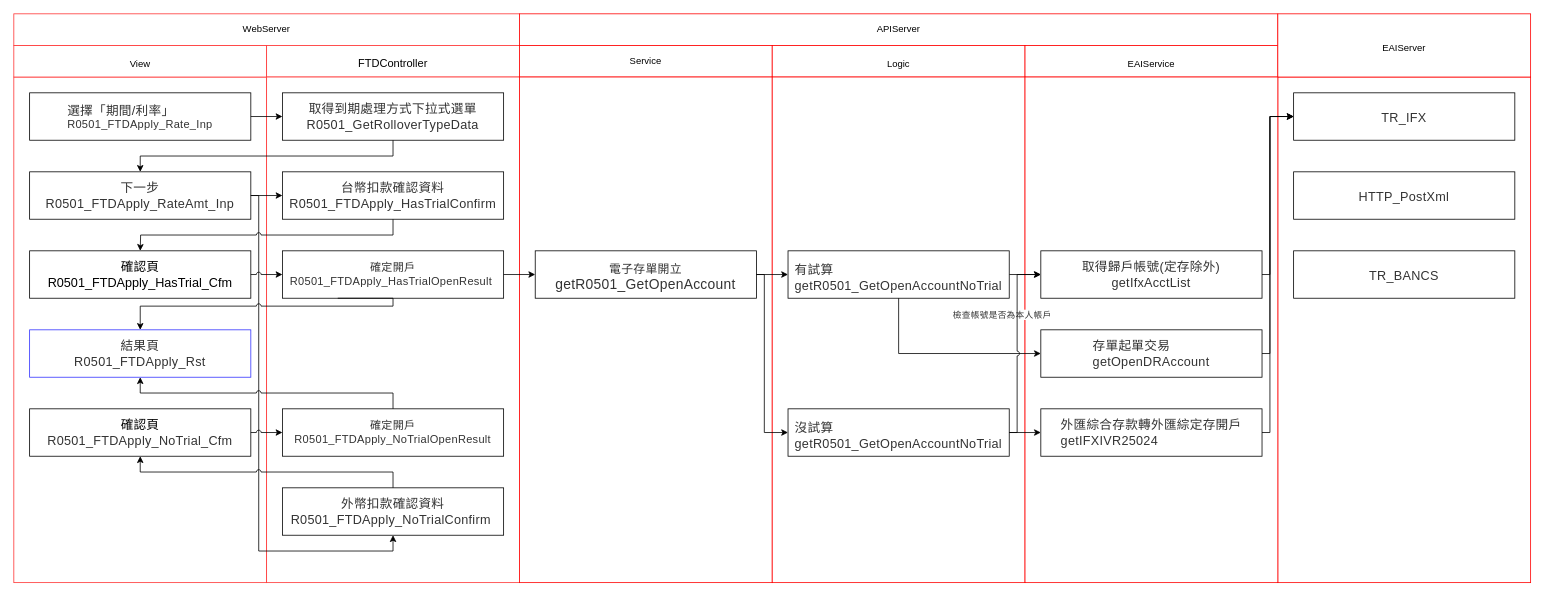
Earlier version of the draw.io diagram page "外幣定存申請02" (2 of 6) of 外幣定存.drawio (YuHaoLiaoTony/MyImage). Source tidied: cells renumbered, new cells numbered last; positions are measured from the earlier drawing's top-left corner, leaving out a move shared by most shapes. Both pictures are drawn from the tidied source at 79%, with x=0, y=0 at pixel (13, 13).
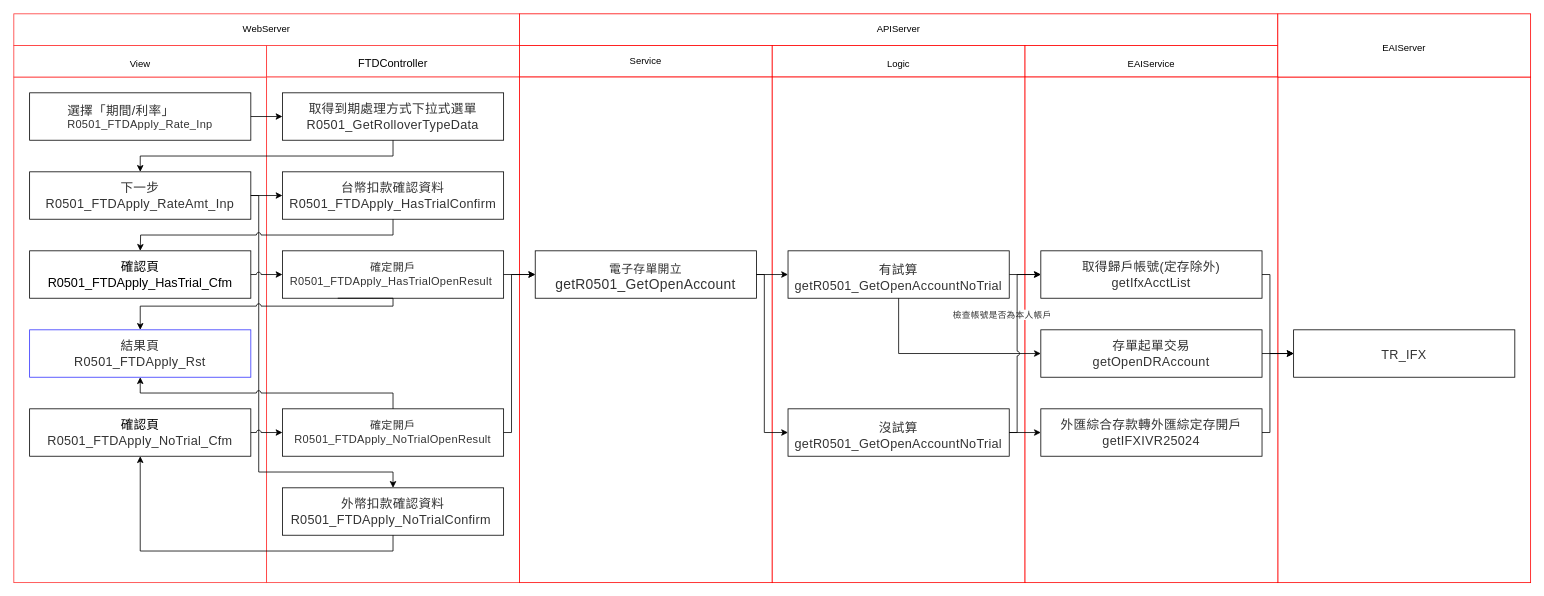
Above is the later version.

Unchanged cells that the change refers to:
```xml
<mxCell id="9" value="&lt;span style=&quot;color: rgb(51 , 51 , 51) ; font-family: , &amp;#34;blinkmacsystemfont&amp;#34; , &amp;#34;segoe ui&amp;#34; , &amp;#34;helvetica neue&amp;#34; , &amp;#34;helvetica&amp;#34; , &amp;#34;roboto&amp;#34; , &amp;#34;arial&amp;#34; , &amp;#34;pingfang tc&amp;#34; , &amp;#34;microsoft jhenghei&amp;#34; , , sans-serif , &amp;#34;apple color emoji&amp;#34; , &amp;#34;segoe ui emoji&amp;#34; , &amp;#34;segoe ui symbol&amp;#34; ; font-size: 16px ; letter-spacing: 0.35px ; text-align: left ; background-color: rgb(255 , 255 , 255)&quot;&gt;下一步&lt;br&gt;R0501_FTDApply_RateAmt_Inp&lt;/span&gt;" style="rounded=0;whiteSpace=wrap;html=1;strokeColor=#000000;" parent="1" vertex="1">
  <mxGeometry x="20" y="200" width="280" height="60" as="geometry" />
</mxCell>
<mxCell id="11" value="&lt;span style=&quot;color: rgb(51 , 51 , 51) ; font-family: , &amp;#34;blinkmacsystemfont&amp;#34; , &amp;#34;segoe ui&amp;#34; , &amp;#34;helvetica neue&amp;#34; , &amp;#34;helvetica&amp;#34; , &amp;#34;roboto&amp;#34; , &amp;#34;arial&amp;#34; , &amp;#34;pingfang tc&amp;#34; , &amp;#34;microsoft jhenghei&amp;#34; , , sans-serif , &amp;#34;apple color emoji&amp;#34; , &amp;#34;segoe ui emoji&amp;#34; , &amp;#34;segoe ui symbol&amp;#34; ; font-size: 16px ; letter-spacing: 0.35px ; text-align: left ; background-color: rgb(255 , 255 , 255)&quot;&gt;外幣扣款確認資料&lt;br&gt;R0501_FTDApply_NoTrialConfirm&amp;nbsp;&lt;/span&gt;" style="rounded=0;whiteSpace=wrap;html=1;strokeColor=#000000;" parent="1" vertex="1">
  <mxGeometry x="340" y="600" width="280" height="60" as="geometry" />
</mxCell>
<mxCell id="23" value="&lt;font style=&quot;font-size: 16px&quot;&gt;確認頁&lt;br&gt;&lt;span style=&quot;color: rgb(51 , 51 , 51) ; font-family: , &amp;#34;blinkmacsystemfont&amp;#34; , &amp;#34;segoe ui&amp;#34; , &amp;#34;helvetica neue&amp;#34; , &amp;#34;helvetica&amp;#34; , &amp;#34;roboto&amp;#34; , &amp;#34;arial&amp;#34; , &amp;#34;pingfang tc&amp;#34; , &amp;#34;microsoft jhenghei&amp;#34; , , sans-serif , &amp;#34;apple color emoji&amp;#34; , &amp;#34;segoe ui emoji&amp;#34; , &amp;#34;segoe ui symbol&amp;#34; ; letter-spacing: 0.35px ; text-align: left ; background-color: rgb(255 , 255 , 255)&quot;&gt;R0501_FTDApply_NoTrial_Cfm&lt;/span&gt;&lt;br&gt;&lt;/font&gt;" style="rounded=0;whiteSpace=wrap;html=1;strokeColor=#000000;" parent="1" vertex="1">
  <mxGeometry x="20" y="500" width="280" height="60" as="geometry" />
</mxCell>
<mxCell id="24" value="&lt;font style=&quot;font-size: 14px&quot;&gt;&lt;font style=&quot;font-size: 14px&quot;&gt;&lt;span style=&quot;color: rgb(51 , 51 , 51) ; letter-spacing: 0.35px ; text-align: left ; background-color: rgb(255 , 255 , 255)&quot;&gt;確定開戶&lt;/span&gt;&lt;/font&gt;&lt;span style=&quot;color: rgb(51 , 51 , 51) ; letter-spacing: 0.35px ; text-align: left ; background-color: rgb(255 , 255 , 255)&quot;&gt;R0501_FTDApply_NoTrialOpenResult&lt;/span&gt;&lt;/font&gt;&lt;span style=&quot;color: rgb(51 , 51 , 51) ; font-family: , &amp;#34;blinkmacsystemfont&amp;#34; , &amp;#34;segoe ui&amp;#34; , &amp;#34;helvetica neue&amp;#34; , &amp;#34;helvetica&amp;#34; , &amp;#34;roboto&amp;#34; , &amp;#34;arial&amp;#34; , &amp;#34;pingfang tc&amp;#34; , &amp;#34;microsoft jhenghei&amp;#34; , , sans-serif , &amp;#34;apple color emoji&amp;#34; , &amp;#34;segoe ui emoji&amp;#34; , &amp;#34;segoe ui symbol&amp;#34; ; font-size: 16px ; letter-spacing: 0.35px ; text-align: left ; background-color: rgb(255 , 255 , 255)&quot;&gt;&lt;br&gt;&lt;/span&gt;" style="rounded=0;whiteSpace=wrap;html=1;strokeColor=#000000;" parent="1" vertex="1">
  <mxGeometry x="340" y="500" width="280" height="60" as="geometry" />
</mxCell>
```

The edit, as a diff of the source:
```diff
@@
-    <mxCell id="14" style="endArrow=classic;html=1;entryX=0.5;entryY=1;entryDx=0;entryDy=0;exitX=1;exitY=0.5;exitDx=0;exitDy=0;rounded=0;edgeStyle=orthogonalEdgeStyle;" parent="1" edge="1" source="9" target="11">
+    <mxCell id="14" style="endArrow=classic;html=1;entryX=0.5;entryY=0;entryDx=0;entryDy=0;exitX=1;exitY=0.5;exitDx=0;exitDy=0;rounded=0;edgeStyle=orthogonalEdgeStyle;" parent="1" edge="1" source="9" target="11">
       <mxGeometry relative="1" as="geometry">
         <Array as="points">
           <mxPoint x="310" y="230" />
-          <mxPoint x="310" y="680" />
-          <mxPoint x="480" y="680" />
+          <mxPoint x="310" y="580" />
+          <mxPoint x="480" y="580" />
         </Array>
       </mxGeometry>
     </mxCell>
@@
-    <mxCell id="25" style="endArrow=classic;html=1;strokeColor=#000000;exitX=0.5;exitY=0;exitDx=0;exitDy=0;edgeStyle=orthogonalEdgeStyle;jumpStyle=arc;rounded=0;entryX=0.5;entryY=1;entryDx=0;entryDy=0;" parent="1" edge="1" source="11" target="23">
+    <mxCell id="25" style="endArrow=classic;html=1;strokeColor=#000000;edgeStyle=orthogonalEdgeStyle;jumpStyle=arc;rounded=0;entryX=0.5;entryY=1;entryDx=0;entryDy=0;" parent="1" edge="1" target="23">
       <mxGeometry relative="1" as="geometry">
+        <mxPoint x="480" y="660" as="sourcePoint" />
         <Array as="points">
-          <mxPoint x="480" y="580" />
-          <mxPoint x="160" y="580" />
+          <mxPoint x="480" y="680" />
+          <mxPoint x="160" y="680" />
         </Array>
       </mxGeometry>
     </mxCell>
@@
-    <mxCell id="34" value="&lt;span style=&quot;color: rgb(51 , 51 , 51) ; font-family: , &amp;#34;blinkmacsystemfont&amp;#34; , &amp;#34;segoe ui&amp;#34; , &amp;#34;helvetica neue&amp;#34; , &amp;#34;helvetica&amp;#34; , &amp;#34;roboto&amp;#34; , &amp;#34;arial&amp;#34; , &amp;#34;pingfang tc&amp;#34; , &amp;#34;microsoft jhenghei&amp;#34; , , sans-serif , &amp;#34;apple color emoji&amp;#34; , &amp;#34;segoe ui emoji&amp;#34; , &amp;#34;segoe ui symbol&amp;#34; ; font-size: 16px ; letter-spacing: 0.35px ; text-align: left ; background-color: rgb(255 , 255 , 255)&quot;&gt;HTTP_PostXml&lt;/span&gt;" style="rounded=0;whiteSpace=wrap;html=1;fontSize=20;fontColor=#EA6B66;" parent="1" vertex="1">
-      <mxGeometry x="1620" y="200" width="280" height="60" as="geometry" />
-    </mxCell>
     <mxCell id="35" value="&lt;span style=&quot;color: rgb(51 , 51 , 51) ; font-family: , &amp;#34;blinkmacsystemfont&amp;#34; , &amp;#34;segoe ui&amp;#34; , &amp;#34;helvetica neue&amp;#34; , &amp;#34;helvetica&amp;#34; , &amp;#34;roboto&amp;#34; , &amp;#34;arial&amp;#34; , &amp;#34;pingfang tc&amp;#34; , &amp;#34;microsoft jhenghei&amp;#34; , , sans-serif , &amp;#34;apple color emoji&amp;#34; , &amp;#34;segoe ui emoji&amp;#34; , &amp;#34;segoe ui symbol&amp;#34; ; font-size: 16px ; letter-spacing: 0.35px ; text-align: left ; background-color: rgb(255 , 255 , 255)&quot;&gt;TR_IFX&lt;/span&gt;" style="rounded=0;whiteSpace=wrap;html=1;fontSize=20;fontColor=#EA6B66;" parent="1" vertex="1">
-      <mxGeometry x="1620" y="100" width="280" height="60" as="geometry" />
+      <mxGeometry x="1620" y="400" width="280" height="60" as="geometry" />
     </mxCell>
-    <mxCell id="36" value="&lt;span style=&quot;color: rgb(51 , 51 , 51) ; font-family: , &amp;#34;blinkmacsystemfont&amp;#34; , &amp;#34;segoe ui&amp;#34; , &amp;#34;helvetica neue&amp;#34; , &amp;#34;helvetica&amp;#34; , &amp;#34;roboto&amp;#34; , &amp;#34;arial&amp;#34; , &amp;#34;pingfang tc&amp;#34; , &amp;#34;microsoft jhenghei&amp;#34; , , sans-serif , &amp;#34;apple color emoji&amp;#34; , &amp;#34;segoe ui emoji&amp;#34; , &amp;#34;segoe ui symbol&amp;#34; ; font-size: 16px ; letter-spacing: 0.35px ; text-align: left ; background-color: rgb(255 , 255 , 255)&quot;&gt;TR_BANCS&lt;/span&gt;" style="rounded=0;whiteSpace=wrap;html=1;fontSize=20;fontColor=#EA6B66;" parent="1" vertex="1">
-      <mxGeometry x="1620" y="300" width="280" height="60" as="geometry" />
-    </mxCell>
@@
-    <mxCell id="40" value="&lt;span style=&quot;color: rgb(51 , 51 , 51) ; font-family: , &amp;#34;blinkmacsystemfont&amp;#34; , &amp;#34;segoe ui&amp;#34; , &amp;#34;helvetica neue&amp;#34; , &amp;#34;helvetica&amp;#34; , &amp;#34;roboto&amp;#34; , &amp;#34;arial&amp;#34; , &amp;#34;pingfang tc&amp;#34; , &amp;#34;microsoft jhenghei&amp;#34; , , sans-serif , &amp;#34;apple color emoji&amp;#34; , &amp;#34;segoe ui emoji&amp;#34; , &amp;#34;segoe ui symbol&amp;#34; ; font-size: 16px ; letter-spacing: 0.35px ; text-align: left ; background-color: rgb(255 , 255 , 255)&quot;&gt;取得歸戶帳號(定存除外)&lt;/span&gt;&lt;span style=&quot;color: rgb(51 , 51 , 51) ; font-family: , &amp;#34;blinkmacsystemfont&amp;#34; , &amp;#34;segoe ui&amp;#34; , &amp;#34;helvetica neue&amp;#34; , &amp;#34;helvetica&amp;#34; , &amp;#34;roboto&amp;#34; , &amp;#34;arial&amp;#34; , &amp;#34;pingfang tc&amp;#34; , &amp;#34;microsoft jhenghei&amp;#34; , , sans-serif , &amp;#34;apple color emoji&amp;#34; , &amp;#34;segoe ui emoji&amp;#34; , &amp;#34;segoe ui symbol&amp;#34; ; font-size: 16px ; letter-spacing: 0.35px ; text-align: left ; background-color: rgb(255 , 255 , 255)&quot;&gt;&lt;br&gt;getIfxAcctList&lt;/span&gt;" style="rounded=0;whiteSpace=wrap;html=1;strokeWidth=1;" parent="1" vertex="1">
+    <mxCell id="40" value="&lt;span style=&quot;color: rgb(51, 51, 51); font-size: 16px; letter-spacing: 0.35px; background-color: rgb(255, 255, 255);&quot;&gt;取得歸戶帳號(定存除外)&lt;/span&gt;&lt;span style=&quot;color: rgb(51, 51, 51); font-size: 16px; letter-spacing: 0.35px; background-color: rgb(255, 255, 255);&quot;&gt;&lt;br&gt;getIfxAcctList&lt;/span&gt;" style="rounded=0;whiteSpace=wrap;html=1;strokeWidth=1;align=center;" parent="1" vertex="1">
       <mxGeometry x="1300" y="300" width="280" height="60" as="geometry" />
     </mxCell>
@@
     <mxCell id="45" style="endArrow=classic;html=1;strokeColor=#000000;entryX=0;entryY=0.5;entryDx=0;entryDy=0;exitX=1;exitY=0.5;exitDx=0;exitDy=0;edgeStyle=orthogonalEdgeStyle;rounded=0;" parent="1" edge="1" source="40" target="35">
       <mxGeometry relative="1" as="geometry">
         <Array as="points">
           <mxPoint x="1590" y="330" />
-          <mxPoint x="1590" y="130" />
+          <mxPoint x="1590" y="430" />
         </Array>
       </mxGeometry>
     </mxCell>
-    <mxCell id="46" value="&lt;div style=&quot;text-align: left&quot;&gt;&lt;span style=&quot;font-size: 16px ; letter-spacing: 0.35px&quot;&gt;&lt;font color=&quot;#333333&quot;&gt;存單起單交易 &lt;br&gt;getOpenDRAccount&lt;/font&gt;&lt;/span&gt;&lt;/div&gt;" style="rounded=0;whiteSpace=wrap;html=1;strokeWidth=1;" parent="1" vertex="1">
+    <mxCell id="46" value="&lt;div style=&quot;&quot;&gt;&lt;span style=&quot;font-size: 16px ; letter-spacing: 0.35px&quot;&gt;&lt;font color=&quot;#333333&quot;&gt;存單起單交易 &lt;br&gt;getOpenDRAccount&lt;/font&gt;&lt;/span&gt;&lt;/div&gt;" style="rounded=0;whiteSpace=wrap;html=1;strokeWidth=1;align=center;" parent="1" vertex="1">
       <mxGeometry x="1300" y="400" width="280" height="60" as="geometry" />
     </mxCell>
     <mxCell id="47" style="endArrow=classic;html=1;strokeColor=#000000;exitX=1;exitY=0.5;exitDx=0;exitDy=0;edgeStyle=orthogonalEdgeStyle;jumpStyle=none;rounded=0;" parent="1" edge="1" source="46">
       <mxGeometry relative="1" as="geometry">
-        <mxPoint x="1620" y="130" as="targetPoint" />
+        <mxPoint x="1620" y="430" as="targetPoint" />
         <Array as="points">
-          <mxPoint x="1590" y="430" />
-          <mxPoint x="1590" y="130" />
+          <mxPoint x="1620" y="430" />
         </Array>
       </mxGeometry>
     </mxCell>
@@
-    <mxCell id="49" value="&lt;div style=&quot;text-align: left&quot;&gt;&lt;span style=&quot;color: rgb(51 , 51 , 51) ; font-family: , &amp;#34;blinkmacsystemfont&amp;#34; , &amp;#34;segoe ui&amp;#34; , &amp;#34;helvetica neue&amp;#34; , &amp;#34;helvetica&amp;#34; , &amp;#34;roboto&amp;#34; , &amp;#34;arial&amp;#34; , &amp;#34;pingfang tc&amp;#34; , &amp;#34;microsoft jhenghei&amp;#34; , , sans-serif , &amp;#34;apple color emoji&amp;#34; , &amp;#34;segoe ui emoji&amp;#34; , &amp;#34;segoe ui symbol&amp;#34; ; font-size: 16px ; letter-spacing: 0.35px ; background-color: rgb(255 , 255 , 255)&quot;&gt;外匯綜合存款轉外匯綜定存開戶&lt;/span&gt;&lt;span style=&quot;color: rgb(51 , 51 , 51) ; font-family: , &amp;#34;blinkmacsystemfont&amp;#34; , &amp;#34;segoe ui&amp;#34; , &amp;#34;helvetica neue&amp;#34; , &amp;#34;helvetica&amp;#34; , &amp;#34;roboto&amp;#34; , &amp;#34;arial&amp;#34; , &amp;#34;pingfang tc&amp;#34; , &amp;#34;microsoft jhenghei&amp;#34; , , sans-serif , &amp;#34;apple color emoji&amp;#34; , &amp;#34;segoe ui emoji&amp;#34; , &amp;#34;segoe ui symbol&amp;#34; ; font-size: 16px ; letter-spacing: 0.35px ; background-color: rgb(255 , 255 , 255)&quot;&gt;&lt;br&gt;getIFXIVR25024&lt;/span&gt;&lt;br&gt;&lt;/div&gt;" style="rounded=0;whiteSpace=wrap;html=1;strokeWidth=1;" parent="1" vertex="1">
+    <mxCell id="49" value="&lt;div style=&quot;&quot;&gt;&lt;span style=&quot;color: rgb(51 , 51 , 51) ; font-family: , &amp;quot;blinkmacsystemfont&amp;quot; , &amp;quot;segoe ui&amp;quot; , &amp;quot;helvetica neue&amp;quot; , &amp;quot;helvetica&amp;quot; , &amp;quot;roboto&amp;quot; , &amp;quot;arial&amp;quot; , &amp;quot;pingfang tc&amp;quot; , &amp;quot;microsoft jhenghei&amp;quot; , , sans-serif , &amp;quot;apple color emoji&amp;quot; , &amp;quot;segoe ui emoji&amp;quot; , &amp;quot;segoe ui symbol&amp;quot; ; font-size: 16px ; letter-spacing: 0.35px ; background-color: rgb(255 , 255 , 255)&quot;&gt;外匯綜合存款轉外匯綜定存開戶&lt;/span&gt;&lt;span style=&quot;color: rgb(51 , 51 , 51) ; font-family: , &amp;quot;blinkmacsystemfont&amp;quot; , &amp;quot;segoe ui&amp;quot; , &amp;quot;helvetica neue&amp;quot; , &amp;quot;helvetica&amp;quot; , &amp;quot;roboto&amp;quot; , &amp;quot;arial&amp;quot; , &amp;quot;pingfang tc&amp;quot; , &amp;quot;microsoft jhenghei&amp;quot; , , sans-serif , &amp;quot;apple color emoji&amp;quot; , &amp;quot;segoe ui emoji&amp;quot; , &amp;quot;segoe ui symbol&amp;quot; ; font-size: 16px ; letter-spacing: 0.35px ; background-color: rgb(255 , 255 , 255)&quot;&gt;&lt;br&gt;getIFXIVR25024&lt;/span&gt;&lt;br&gt;&lt;/div&gt;" style="rounded=0;whiteSpace=wrap;html=1;strokeWidth=1;align=center;" parent="1" vertex="1">
       <mxGeometry x="1300" y="500" width="280" height="60" as="geometry" />
     </mxCell>
-    <mxCell id="50" value="&lt;div style=&quot;text-align: left&quot;&gt;&lt;h4 class=&quot;part in-view&quot; id=&quot;一般電子存單開戶-沒試算直接開-FTDLogicgetR0501_GetOpenAccountNoTrial&quot; style=&quot;box-sizing: border-box ; font-family: , &amp;#34;blinkmacsystemfont&amp;#34; , &amp;#34;segoe ui&amp;#34; , &amp;#34;helvetica neue&amp;#34; , &amp;#34;helvetica&amp;#34; , &amp;#34;roboto&amp;#34; , &amp;#34;arial&amp;#34; , &amp;#34;pingfang tc&amp;#34; , &amp;#34;microsoft jhenghei&amp;#34; , , sans-serif , &amp;#34;apple color emoji&amp;#34; , &amp;#34;segoe ui emoji&amp;#34; , &amp;#34;segoe ui symbol&amp;#34; ; line-height: 1.25 ; color: rgb(51 , 51 , 51) ; margin-top: 24px ; margin-bottom: 16px ; font-size: 16px ; letter-spacing: 0.35px ; background-color: rgb(255 , 255 , 255)&quot;&gt;&lt;span style=&quot;box-sizing: border-box ; font-weight: normal&quot;&gt;沒試算&lt;br&gt;getR0501_GetOpenAccountNoTrial&lt;/span&gt;&lt;/h4&gt;&lt;/div&gt;" style="rounded=0;whiteSpace=wrap;html=1;strokeWidth=1;" parent="1" vertex="1">
+    <mxCell id="50" value="&lt;div style=&quot;&quot;&gt;&lt;h4 class=&quot;part in-view&quot; id=&quot;一般電子存單開戶-沒試算直接開-FTDLogicgetR0501_GetOpenAccountNoTrial&quot; style=&quot;box-sizing: border-box ; font-family: , &amp;quot;blinkmacsystemfont&amp;quot; , &amp;quot;segoe ui&amp;quot; , &amp;quot;helvetica neue&amp;quot; , &amp;quot;helvetica&amp;quot; , &amp;quot;roboto&amp;quot; , &amp;quot;arial&amp;quot; , &amp;quot;pingfang tc&amp;quot; , &amp;quot;microsoft jhenghei&amp;quot; , , sans-serif , &amp;quot;apple color emoji&amp;quot; , &amp;quot;segoe ui emoji&amp;quot; , &amp;quot;segoe ui symbol&amp;quot; ; line-height: 1.25 ; color: rgb(51 , 51 , 51) ; margin-top: 24px ; margin-bottom: 16px ; font-size: 16px ; letter-spacing: 0.35px ; background-color: rgb(255 , 255 , 255)&quot;&gt;&lt;span style=&quot;box-sizing: border-box ; font-weight: normal&quot;&gt;沒試算&lt;br&gt;getR0501_GetOpenAccountNoTrial&lt;/span&gt;&lt;/h4&gt;&lt;/div&gt;" style="rounded=0;whiteSpace=wrap;html=1;strokeWidth=1;align=center;" parent="1" vertex="1">
       <mxGeometry x="980" y="500" width="280" height="60" as="geometry" />
     </mxCell>
-    <mxCell id="51" value="&lt;div style=&quot;text-align: left&quot;&gt;&lt;h4 class=&quot;part in-view&quot; id=&quot;一般電子存單開戶-沒試算直接開-FTDLogicgetR0501_GetOpenAccountNoTrial&quot; style=&quot;box-sizing: border-box ; font-family: , &amp;#34;blinkmacsystemfont&amp;#34; , &amp;#34;segoe ui&amp;#34; , &amp;#34;helvetica neue&amp;#34; , &amp;#34;helvetica&amp;#34; , &amp;#34;roboto&amp;#34; , &amp;#34;arial&amp;#34; , &amp;#34;pingfang tc&amp;#34; , &amp;#34;microsoft jhenghei&amp;#34; , , sans-serif , &amp;#34;apple color emoji&amp;#34; , &amp;#34;segoe ui emoji&amp;#34; , &amp;#34;segoe ui symbol&amp;#34; ; line-height: 1.25 ; color: rgb(51 , 51 , 51) ; margin-top: 24px ; margin-bottom: 16px ; font-size: 16px ; letter-spacing: 0.35px ; background-color: rgb(255 , 255 , 255)&quot;&gt;&lt;span style=&quot;box-sizing: border-box ; font-weight: normal&quot;&gt;有試算&lt;br&gt;getR0501_GetOpenAccountNoTrial&lt;/span&gt;&lt;/h4&gt;&lt;/div&gt;" style="rounded=0;whiteSpace=wrap;html=1;strokeWidth=1;" parent="1" vertex="1">
+    <mxCell id="51" value="&lt;div style=&quot;&quot;&gt;&lt;h4 class=&quot;part in-view&quot; id=&quot;一般電子存單開戶-沒試算直接開-FTDLogicgetR0501_GetOpenAccountNoTrial&quot; style=&quot;box-sizing: border-box ; font-family: , &amp;quot;blinkmacsystemfont&amp;quot; , &amp;quot;segoe ui&amp;quot; , &amp;quot;helvetica neue&amp;quot; , &amp;quot;helvetica&amp;quot; , &amp;quot;roboto&amp;quot; , &amp;quot;arial&amp;quot; , &amp;quot;pingfang tc&amp;quot; , &amp;quot;microsoft jhenghei&amp;quot; , , sans-serif , &amp;quot;apple color emoji&amp;quot; , &amp;quot;segoe ui emoji&amp;quot; , &amp;quot;segoe ui symbol&amp;quot; ; line-height: 1.25 ; color: rgb(51 , 51 , 51) ; margin-top: 24px ; margin-bottom: 16px ; font-size: 16px ; letter-spacing: 0.35px ; background-color: rgb(255 , 255 , 255)&quot;&gt;&lt;span style=&quot;box-sizing: border-box ; font-weight: normal&quot;&gt;有試算&lt;br&gt;getR0501_GetOpenAccountNoTrial&lt;/span&gt;&lt;/h4&gt;&lt;/div&gt;" style="rounded=0;whiteSpace=wrap;html=1;strokeWidth=1;align=center;" parent="1" vertex="1">
       <mxGeometry x="980" y="300" width="280" height="60" as="geometry" />
     </mxCell>
@@
     <mxCell id="55" style="endArrow=classic;html=1;strokeColor=#000000;entryX=0;entryY=0.5;entryDx=0;entryDy=0;exitX=1;exitY=0.5;exitDx=0;exitDy=0;edgeStyle=orthogonalEdgeStyle;rounded=0;" parent="1" edge="1" source="49" target="35">
       <mxGeometry relative="1" as="geometry">
         <Array as="points">
           <mxPoint x="1590" y="530" />
-          <mxPoint x="1590" y="130" />
+          <mxPoint x="1590" y="430" />
         </Array>
       </mxGeometry>
     </mxCell>
@@
+    <mxCell id="57" style="endArrow=classic;html=1;exitX=1;exitY=0.5;exitDx=0;exitDy=0;edgeStyle=orthogonalEdgeStyle;rounded=0;" parent="1" edge="1" source="24">
+      <mxGeometry relative="1" as="geometry">
+        <mxPoint x="660" y="330" as="targetPoint" />
+        <Array as="points">
+          <mxPoint x="630" y="530" />
+          <mxPoint x="630" y="330" />
+        </Array>
+      </mxGeometry>
+    </mxCell>
```
